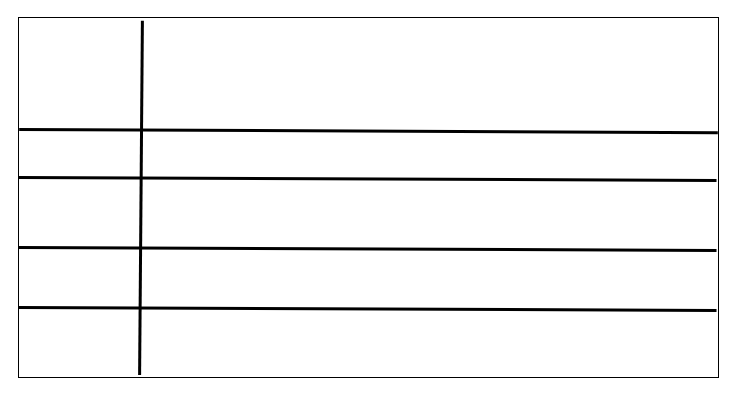
Before: Untitled Diagram.drawio in littlekign/draw.io, a draw.io diagram. Source tidied: cells renumbered, new cells numbered last; positions are measured from the earlier drawing's top-left corner, leaving out a move shared by most shapes. Both pictures are drawn from the tidied source at 100%, with x=0, y=0 at pixel (18, 17).
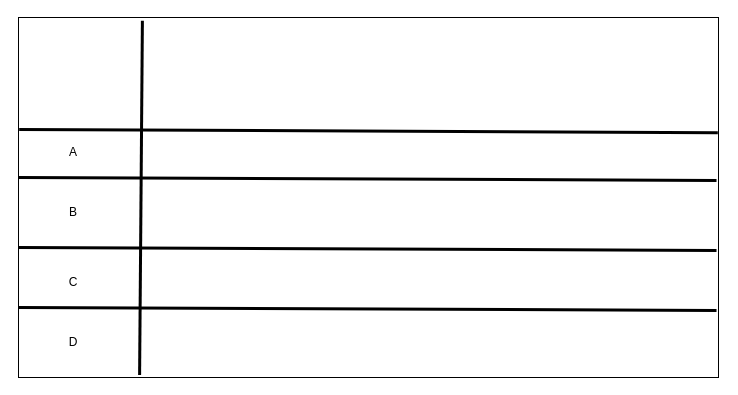
Above is the later version.

Diff of the diagram source:
```diff
@@
 <mxGraphModel>
   <root>
     <mxCell id="0" />
     <mxCell id="1" parent="0" />
     <mxCell id="2" style="rounded=0;whiteSpace=wrap;html=1;strokeColor=default;" parent="1" vertex="1">
       <mxGeometry width="700" height="360" as="geometry" />
     </mxCell>
     <mxCell id="3" style="endArrow=none;html=1;rounded=0;exitX=0.001;exitY=0.311;exitDx=0;exitDy=0;exitPerimeter=0;entryX=0.999;entryY=0.32;entryDx=0;entryDy=0;entryPerimeter=0;strokeWidth=3;" parent="1" edge="1" source="2" target="2">
       <mxGeometry relative="1" as="geometry" />
     </mxCell>
     <mxCell id="4" style="endArrow=none;html=1;rounded=0;exitX=0.001;exitY=0.311;exitDx=0;exitDy=0;exitPerimeter=0;entryX=0.999;entryY=0.32;entryDx=0;entryDy=0;entryPerimeter=0;strokeWidth=3;" parent="1" edge="1">
       <mxGeometry relative="1" as="geometry">
         <mxPoint y="160" as="sourcePoint" />
         <mxPoint x="698" y="163" as="targetPoint" />
       </mxGeometry>
     </mxCell>
     <mxCell id="5" style="endArrow=none;html=1;rounded=0;exitX=0.001;exitY=0.311;exitDx=0;exitDy=0;exitPerimeter=0;entryX=0.999;entryY=0.32;entryDx=0;entryDy=0;entryPerimeter=0;strokeWidth=3;" parent="1" edge="1">
       <mxGeometry relative="1" as="geometry">
         <mxPoint y="230" as="sourcePoint" />
         <mxPoint x="698" y="233" as="targetPoint" />
       </mxGeometry>
     </mxCell>
     <mxCell id="6" style="endArrow=none;html=1;rounded=0;exitX=0.001;exitY=0.311;exitDx=0;exitDy=0;exitPerimeter=0;entryX=0.999;entryY=0.32;entryDx=0;entryDy=0;entryPerimeter=0;strokeWidth=3;" parent="1" edge="1">
       <mxGeometry relative="1" as="geometry">
         <mxPoint y="290" as="sourcePoint" />
         <mxPoint x="698" y="293" as="targetPoint" />
       </mxGeometry>
     </mxCell>
     <mxCell id="7" style="endArrow=none;html=1;rounded=0;exitX=0.173;exitY=0.993;exitDx=0;exitDy=0;exitPerimeter=0;entryX=0.177;entryY=0.009;entryDx=0;entryDy=0;entryPerimeter=0;strokeWidth=3;" parent="1" edge="1" source="2" target="2">
       <mxGeometry relative="1" as="geometry" />
     </mxCell>
+    <mxCell id="8" value="A" style="text;html=1;align=center;verticalAlign=middle;whiteSpace=wrap;rounded=0;" parent="1" vertex="1">
+      <mxGeometry x="25" y="120" width="60" height="30" as="geometry" />
+    </mxCell>
+    <mxCell id="9" value="B" style="text;html=1;align=center;verticalAlign=middle;whiteSpace=wrap;rounded=0;" parent="1" vertex="1">
+      <mxGeometry x="25" y="180" width="60" height="30" as="geometry" />
+    </mxCell>
+    <mxCell id="10" value="C" style="text;html=1;align=center;verticalAlign=middle;whiteSpace=wrap;rounded=0;" parent="1" vertex="1">
+      <mxGeometry x="30" y="250" width="50" height="30" as="geometry" />
+    </mxCell>
+    <mxCell id="11" value="D" style="text;html=1;align=center;verticalAlign=middle;whiteSpace=wrap;rounded=0;" parent="1" vertex="1">
+      <mxGeometry x="30" y="310" width="50" height="30" as="geometry" />
+    </mxCell>
   </root>
 </mxGraphModel>
```
